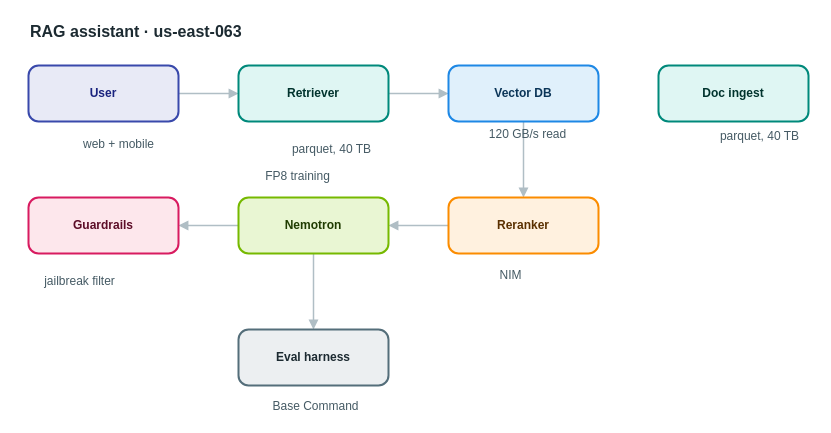
Earlier version of the draw.io diagram apps/web/public/samples/library/063-rag-assistant.drawio (AryanG01/open-apprentice). Source tidied: cells renumbered, new cells numbered last; positions are measured from the earlier drawing's top-left corner, leaving out a move shared by most shapes. Both pictures are drawn from the tidied source at 100%, with x=0, y=0 at pixel (17, 17).
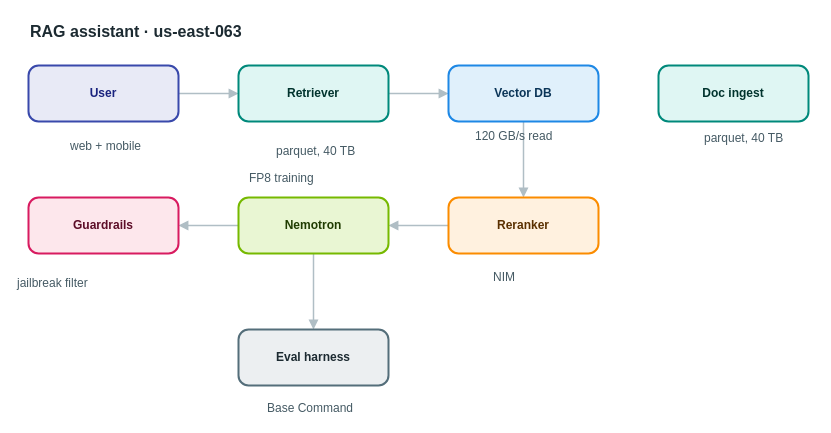
The same diagram, later.

The edit, as a diff of the source:
```diff
@@
-    <mxCell id="17" value="web + mobile" style="text;html=1;align=center;verticalAlign=middle;whiteSpace=nowrap;strokeColor=none;fillColor=none;fontSize=12;fontColor=#455a64;" parent="1" vertex="1">
+    <mxCell id="17" value="web + mobile" style="text;html=1;align=left;verticalAlign=top;whiteSpace=nowrap;spacing=0;spacingTop=0;strokeColor=none;fillColor=none;fontSize=12;fontColor=#455a64;" parent="1" vertex="1">
       <mxGeometry x="53" y="117" width="96" height="20" as="geometry" />
     </mxCell>
-    <mxCell id="18" value="parquet, 40 TB" style="text;html=1;align=center;verticalAlign=middle;whiteSpace=nowrap;strokeColor=none;fillColor=none;fontSize=12;fontColor=#455a64;" parent="1" vertex="1">
+    <mxCell id="18" value="parquet, 40 TB" style="text;html=1;align=left;verticalAlign=top;whiteSpace=nowrap;spacing=0;spacingTop=0;strokeColor=none;fillColor=none;fontSize=12;fontColor=#455a64;" parent="1" vertex="1">
       <mxGeometry x="259" y="122" width="110" height="20" as="geometry" />
     </mxCell>
-    <mxCell id="19" value="120 GB/s read" style="text;html=1;align=center;verticalAlign=middle;whiteSpace=nowrap;strokeColor=none;fillColor=none;fontSize=12;fontColor=#455a64;" parent="1" vertex="1">
+    <mxCell id="19" value="120 GB/s read" style="text;html=1;align=left;verticalAlign=top;whiteSpace=nowrap;spacing=0;spacingTop=0;strokeColor=none;fillColor=none;fontSize=12;fontColor=#455a64;" parent="1" vertex="1">
       <mxGeometry x="458" y="107" width="103" height="20" as="geometry" />
     </mxCell>
-    <mxCell id="20" value="NIM" style="text;html=1;align=center;verticalAlign=middle;whiteSpace=nowrap;strokeColor=none;fillColor=none;fontSize=12;fontColor=#455a64;" parent="1" vertex="1">
+    <mxCell id="20" value="NIM" style="text;html=1;align=left;verticalAlign=top;whiteSpace=nowrap;spacing=0;spacingTop=0;strokeColor=none;fillColor=none;fontSize=12;fontColor=#455a64;" parent="1" vertex="1">
       <mxGeometry x="476" y="248" width="33" height="20" as="geometry" />
     </mxCell>
-    <mxCell id="21" value="FP8 training" style="text;html=1;align=center;verticalAlign=middle;whiteSpace=nowrap;strokeColor=none;fillColor=none;fontSize=12;fontColor=#455a64;" parent="1" vertex="1">
+    <mxCell id="21" value="FP8 training" style="text;html=1;align=left;verticalAlign=top;whiteSpace=nowrap;spacing=0;spacingTop=0;strokeColor=none;fillColor=none;fontSize=12;fontColor=#455a64;" parent="1" vertex="1">
       <mxGeometry x="232" y="149" width="96" height="20" as="geometry" />
     </mxCell>
-    <mxCell id="22" value="jailbreak filter" style="text;html=1;align=center;verticalAlign=middle;whiteSpace=nowrap;strokeColor=none;fillColor=none;fontSize=12;fontColor=#455a64;" parent="1" vertex="1">
+    <mxCell id="22" value="jailbreak filter" style="text;html=1;align=left;verticalAlign=top;whiteSpace=nowrap;spacing=0;spacingTop=0;strokeColor=none;fillColor=none;fontSize=12;fontColor=#455a64;" parent="1" vertex="1">
       <mxGeometry y="254" width="124" height="20" as="geometry" />
     </mxCell>
-    <mxCell id="23" value="parquet, 40 TB" style="text;html=1;align=center;verticalAlign=middle;whiteSpace=nowrap;strokeColor=none;fillColor=none;fontSize=12;fontColor=#455a64;" parent="1" vertex="1">
+    <mxCell id="23" value="parquet, 40 TB" style="text;html=1;align=left;verticalAlign=top;whiteSpace=nowrap;spacing=0;spacingTop=0;strokeColor=none;fillColor=none;fontSize=12;fontColor=#455a64;" parent="1" vertex="1">
       <mxGeometry x="687" y="109" width="110" height="20" as="geometry" />
     </mxCell>
-    <mxCell id="24" value="Base Command" style="text;html=1;align=center;verticalAlign=middle;whiteSpace=nowrap;strokeColor=none;fillColor=none;fontSize=12;fontColor=#455a64;" parent="1" vertex="1">
+    <mxCell id="24" value="Base Command" style="text;html=1;align=left;verticalAlign=top;whiteSpace=nowrap;spacing=0;spacingTop=0;strokeColor=none;fillColor=none;fontSize=12;fontColor=#455a64;" parent="1" vertex="1">
       <mxGeometry x="250" y="379" width="96" height="20" as="geometry" />
     </mxCell>
```
